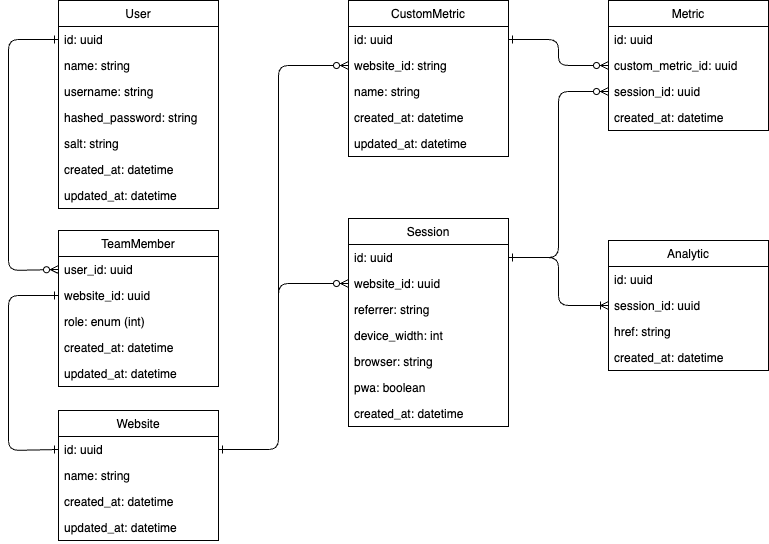
Before: documentation/database_schema.drawio.png, a diagram exported from draw.io (Nikditten/BachelorProjekt). Source tidied: cells renumbered, new cells last; positions are measured from the earlier drawing's top-left corner, leaving out a move shared by most shapes.
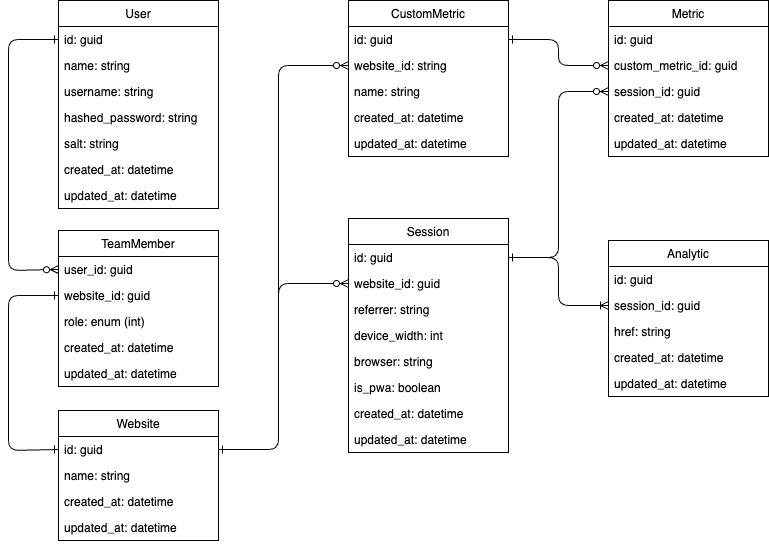
After the commit.

What changed in the source:
```diff
@@ -5,7 +5,7 @@
     <mxCell id="2" value="User" style="swimlane;fontStyle=0;horizontal=1;startSize=26;fillColor=none;" parent="1" vertex="1">
       <mxGeometry x="50" width="160" height="208" as="geometry" />
     </mxCell>
-    <mxCell id="3" value="id: uuid" style="text;strokeColor=none;fillColor=none;align=left;verticalAlign=top;spacingLeft=4;spacingRight=4;overflow=hidden;points=[[0,0.5],[1,0.5]];portConstraint=eastwest;" parent="2" vertex="1">
+    <mxCell id="3" value="id: guid" style="text;strokeColor=none;fillColor=none;align=left;verticalAlign=top;spacingLeft=4;spacingRight=4;overflow=hidden;points=[[0,0.5],[1,0.5]];portConstraint=eastwest;" parent="2" vertex="1">
       <mxGeometry y="26" width="160" height="26" as="geometry" />
     </mxCell>
     <mxCell id="4" value="name: string" style="text;strokeColor=none;fillColor=none;align=left;verticalAlign=top;spacingLeft=4;spacingRight=4;overflow=hidden;" parent="2" vertex="1">
@@ -27,12 +27,12 @@
       <mxGeometry y="182" width="160" height="26" as="geometry" />
     </mxCell>
     <mxCell id="10" value="Session" style="swimlane;fontStyle=0;horizontal=1;startSize=26;fillColor=none;" parent="1" vertex="1">
-      <mxGeometry x="340" y="218" width="160" height="208" as="geometry" />
+      <mxGeometry x="340" y="218" width="160" height="234" as="geometry" />
     </mxCell>
-    <mxCell id="11" value="id: uuid" style="text;strokeColor=none;fillColor=none;align=left;verticalAlign=top;spacingLeft=4;spacingRight=4;overflow=hidden;points=[[0,0.5],[1,0.5]];portConstraint=eastwest;" parent="10" vertex="1">
+    <mxCell id="11" value="id: guid" style="text;strokeColor=none;fillColor=none;align=left;verticalAlign=top;spacingLeft=4;spacingRight=4;overflow=hidden;points=[[0,0.5],[1,0.5]];portConstraint=eastwest;" parent="10" vertex="1">
       <mxGeometry y="26" width="160" height="26" as="geometry" />
     </mxCell>
-    <mxCell id="12" value="website_id: uuid" style="text;strokeColor=none;fillColor=none;align=left;verticalAlign=top;spacingLeft=4;spacingRight=4;overflow=hidden;points=[[0,0.5],[1,0.5]];portConstraint=eastwest;" parent="10" vertex="1">
+    <mxCell id="12" value="website_id: guid" style="text;strokeColor=none;fillColor=none;align=left;verticalAlign=top;spacingLeft=4;spacingRight=4;overflow=hidden;points=[[0,0.5],[1,0.5]];portConstraint=eastwest;" parent="10" vertex="1">
       <mxGeometry y="52" width="160" height="26" as="geometry" />
     </mxCell>
     <mxCell id="13" value="referrer: string" style="text;strokeColor=none;fillColor=none;align=left;verticalAlign=top;spacingLeft=4;spacingRight=4;overflow=hidden;" parent="10" vertex="1">
@@ -44,16 +44,19 @@
     <mxCell id="15" value="browser: string" style="text;strokeColor=none;fillColor=none;align=left;verticalAlign=top;spacingLeft=4;spacingRight=4;overflow=hidden;" parent="10" vertex="1">
       <mxGeometry y="130" width="160" height="26" as="geometry" />
     </mxCell>
-    <mxCell id="16" value="pwa: boolean" style="text;strokeColor=none;fillColor=none;align=left;verticalAlign=top;spacingLeft=4;spacingRight=4;overflow=hidden;" parent="10" vertex="1">
+    <mxCell id="16" value="is_pwa: boolean" style="text;strokeColor=none;fillColor=none;align=left;verticalAlign=top;spacingLeft=4;spacingRight=4;overflow=hidden;" parent="10" vertex="1">
       <mxGeometry y="156" width="160" height="26" as="geometry" />
     </mxCell>
     <mxCell id="17" value="created_at: datetime" style="text;strokeColor=none;fillColor=none;align=left;verticalAlign=top;spacingLeft=4;spacingRight=4;overflow=hidden;" parent="10" vertex="1">
       <mxGeometry y="182" width="160" height="26" as="geometry" />
     </mxCell>
+    <mxCell id="52" value="updated_at: datetime" style="text;strokeColor=none;fillColor=none;align=left;verticalAlign=top;spacingLeft=4;spacingRight=4;overflow=hidden;" parent="10" vertex="1">
+      <mxGeometry y="208" width="160" height="26" as="geometry" />
+    </mxCell>
     <mxCell id="18" value="Website" style="swimlane;fontStyle=0;horizontal=1;startSize=26;fillColor=none;" parent="1" vertex="1">
       <mxGeometry x="50" y="410" width="160" height="130" as="geometry" />
     </mxCell>
-    <mxCell id="19" value="id: uuid" style="text;strokeColor=none;fillColor=none;align=left;verticalAlign=top;spacingLeft=4;spacingRight=4;overflow=hidden;points=[[0,0.5],[1,0.5]];portConstraint=eastwest;" parent="18" vertex="1">
+    <mxCell id="19" value="id: guid" style="text;strokeColor=none;fillColor=none;align=left;verticalAlign=top;spacingLeft=4;spacingRight=4;overflow=hidden;points=[[0,0.5],[1,0.5]];portConstraint=eastwest;" parent="18" vertex="1">
       <mxGeometry y="26" width="160" height="26" as="geometry" />
     </mxCell>
     <mxCell id="20" value="name: string" style="text;strokeColor=none;fillColor=none;align=left;verticalAlign=top;spacingLeft=4;spacingRight=4;overflow=hidden;" parent="18" vertex="1">
@@ -68,7 +71,7 @@
     <mxCell id="23" value="CustomMetric" style="swimlane;fontStyle=0;horizontal=1;startSize=26;fillColor=none;" parent="1" vertex="1">
       <mxGeometry x="340" width="160" height="156" as="geometry" />
     </mxCell>
-    <mxCell id="24" value="id: uuid" style="text;strokeColor=none;fillColor=none;align=left;verticalAlign=top;spacingLeft=4;spacingRight=4;overflow=hidden;points=[[0,0.5],[1,0.5]];portConstraint=eastwest;" parent="23" vertex="1">
+    <mxCell id="24" value="id: guid" style="text;strokeColor=none;fillColor=none;align=left;verticalAlign=top;spacingLeft=4;spacingRight=4;overflow=hidden;points=[[0,0.5],[1,0.5]];portConstraint=eastwest;" parent="23" vertex="1">
       <mxGeometry y="26" width="160" height="26" as="geometry" />
     </mxCell>
     <mxCell id="25" value="website_id: string" style="text;strokeColor=none;fillColor=none;align=left;verticalAlign=top;spacingLeft=4;spacingRight=4;overflow=hidden;points=[[0,0.5],[1,0.5]];portConstraint=eastwest;" parent="23" vertex="1">
@@ -84,27 +87,30 @@
       <mxGeometry y="130" width="160" height="26" as="geometry" />
     </mxCell>
     <mxCell id="29" value="Metric" style="swimlane;fontStyle=0;horizontal=1;startSize=26;fillColor=none;" parent="1" vertex="1">
-      <mxGeometry x="600" width="160" height="130" as="geometry" />
+      <mxGeometry x="600" width="160" height="156" as="geometry" />
     </mxCell>
-    <mxCell id="30" value="id: uuid" style="text;strokeColor=none;fillColor=none;align=left;verticalAlign=top;spacingLeft=4;spacingRight=4;overflow=hidden;" parent="29" vertex="1">
+    <mxCell id="30" value="id: guid" style="text;strokeColor=none;fillColor=none;align=left;verticalAlign=top;spacingLeft=4;spacingRight=4;overflow=hidden;" parent="29" vertex="1">
       <mxGeometry y="26" width="160" height="26" as="geometry" />
     </mxCell>
-    <mxCell id="31" value="custom_metric_id: uuid" style="text;strokeColor=none;fillColor=none;align=left;verticalAlign=top;spacingLeft=4;spacingRight=4;overflow=hidden;points=[[0,0.5],[1,0.5]];portConstraint=eastwest;" parent="29" vertex="1">
+    <mxCell id="31" value="custom_metric_id: guid" style="text;strokeColor=none;fillColor=none;align=left;verticalAlign=top;spacingLeft=4;spacingRight=4;overflow=hidden;points=[[0,0.5],[1,0.5]];portConstraint=eastwest;" parent="29" vertex="1">
       <mxGeometry y="52" width="160" height="26" as="geometry" />
     </mxCell>
-    <mxCell id="32" value="session_id: uuid" style="text;strokeColor=none;fillColor=none;align=left;verticalAlign=top;spacingLeft=4;spacingRight=4;overflow=hidden;points=[[0,0.5],[1,0.5]];portConstraint=eastwest;" parent="29" vertex="1">
+    <mxCell id="32" value="session_id: guid" style="text;strokeColor=none;fillColor=none;align=left;verticalAlign=top;spacingLeft=4;spacingRight=4;overflow=hidden;points=[[0,0.5],[1,0.5]];portConstraint=eastwest;" parent="29" vertex="1">
       <mxGeometry y="78" width="160" height="26" as="geometry" />
     </mxCell>
     <mxCell id="33" value="created_at: datetime" style="text;strokeColor=none;fillColor=none;align=left;verticalAlign=top;spacingLeft=4;spacingRight=4;overflow=hidden;" parent="29" vertex="1">
       <mxGeometry y="104" width="160" height="26" as="geometry" />
     </mxCell>
+    <mxCell id="53" value="updated_at: datetime" style="text;strokeColor=none;fillColor=none;align=left;verticalAlign=top;spacingLeft=4;spacingRight=4;overflow=hidden;" parent="29" vertex="1">
+      <mxGeometry y="130" width="160" height="26" as="geometry" />
+    </mxCell>
     <mxCell id="34" value="Analytic" style="swimlane;fontStyle=0;horizontal=1;startSize=26;fillColor=none;" parent="1" vertex="1">
-      <mxGeometry x="600" y="240" width="160" height="130" as="geometry" />
+      <mxGeometry x="600" y="240" width="160" height="156" as="geometry" />
     </mxCell>
-    <mxCell id="35" value="id: uuid" style="text;strokeColor=none;fillColor=none;align=left;verticalAlign=top;spacingLeft=4;spacingRight=4;overflow=hidden;" parent="34" vertex="1">
+    <mxCell id="35" value="id: guid" style="text;strokeColor=none;fillColor=none;align=left;verticalAlign=top;spacingLeft=4;spacingRight=4;overflow=hidden;" parent="34" vertex="1">
       <mxGeometry y="26" width="160" height="26" as="geometry" />
     </mxCell>
-    <mxCell id="36" value="session_id: uuid" style="text;strokeColor=none;fillColor=none;align=left;verticalAlign=top;spacingLeft=4;spacingRight=4;overflow=hidden;points=[[0,0.5],[1,0.5]];portConstraint=eastwest;" parent="34" vertex="1">
+    <mxCell id="36" value="session_id: guid" style="text;strokeColor=none;fillColor=none;align=left;verticalAlign=top;spacingLeft=4;spacingRight=4;overflow=hidden;points=[[0,0.5],[1,0.5]];portConstraint=eastwest;" parent="34" vertex="1">
       <mxGeometry y="52" width="160" height="26" as="geometry" />
     </mxCell>
     <mxCell id="37" value="href: string" style="text;strokeColor=none;fillColor=none;align=left;verticalAlign=top;spacingLeft=4;spacingRight=4;overflow=hidden;" parent="34" vertex="1">
@@ -113,13 +119,16 @@
     <mxCell id="38" value="created_at: datetime" style="text;strokeColor=none;fillColor=none;align=left;verticalAlign=top;spacingLeft=4;spacingRight=4;overflow=hidden;" parent="34" vertex="1">
       <mxGeometry y="104" width="160" height="26" as="geometry" />
     </mxCell>
+    <mxCell id="54" value="updated_at: datetime" style="text;strokeColor=none;fillColor=none;align=left;verticalAlign=top;spacingLeft=4;spacingRight=4;overflow=hidden;" parent="34" vertex="1">
+      <mxGeometry y="130" width="160" height="26" as="geometry" />
+    </mxCell>
     <mxCell id="39" value="TeamMember" style="swimlane;fontStyle=0;horizontal=1;startSize=26;fillColor=none;" parent="1" vertex="1">
       <mxGeometry x="50" y="230" width="160" height="156" as="geometry" />
     </mxCell>
-    <mxCell id="40" value="user_id: uuid" style="text;strokeColor=none;fillColor=none;align=left;verticalAlign=top;spacingLeft=4;spacingRight=4;overflow=hidden;points=[[0,0.5],[1,0.5]];portConstraint=eastwest;" parent="39" vertex="1">
+    <mxCell id="40" value="user_id: guid" style="text;strokeColor=none;fillColor=none;align=left;verticalAlign=top;spacingLeft=4;spacingRight=4;overflow=hidden;points=[[0,0.5],[1,0.5]];portConstraint=eastwest;" parent="39" vertex="1">
       <mxGeometry y="26" width="160" height="26" as="geometry" />
     </mxCell>
-    <mxCell id="41" value="website_id: uuid" style="text;strokeColor=none;fillColor=none;align=left;verticalAlign=top;spacingLeft=4;spacingRight=4;overflow=hidden;points=[[0,0.5],[1,0.5]];portConstraint=eastwest;" parent="39" vertex="1">
+    <mxCell id="41" value="website_id: guid" style="text;strokeColor=none;fillColor=none;align=left;verticalAlign=top;spacingLeft=4;spacingRight=4;overflow=hidden;points=[[0,0.5],[1,0.5]];portConstraint=eastwest;" parent="39" vertex="1">
       <mxGeometry y="52" width="160" height="26" as="geometry" />
     </mxCell>
     <mxCell id="42" value="role: enum (int)" style="text;strokeColor=none;fillColor=none;align=left;verticalAlign=top;spacingLeft=4;spacingRight=4;overflow=hidden;" parent="39" vertex="1">
```
